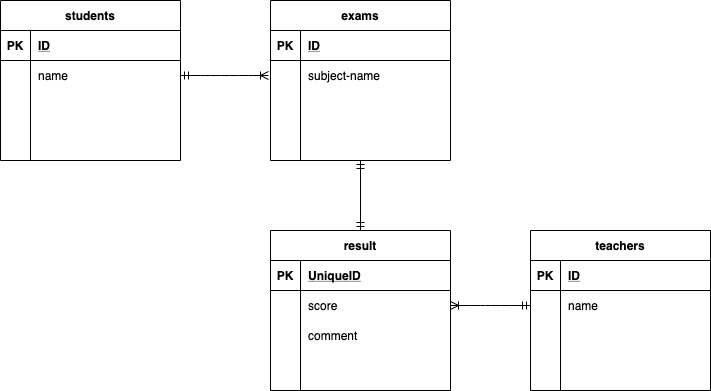
Earlier version of the draw.io export index.drawio.png (kiyo1215/coachtech_exam-database). Source tidied: cells renumbered, new cells last; positions are measured from the earlier drawing's top-left corner, leaving out a move shared by most shapes.
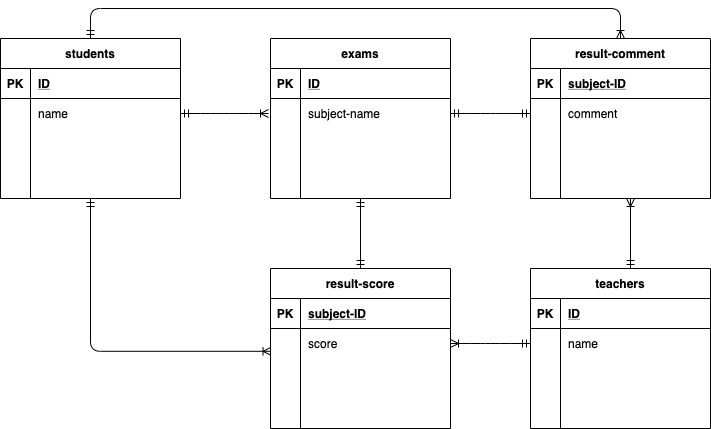
After the change.

The edit, as a diff of the source:
```diff
@@ -115,7 +115,7 @@
         <mxPoint x="268" y="75" as="targetPoint" />
       </mxGeometry>
     </mxCell>
-    <mxCell id="39" value="result" style="shape=table;startSize=30;rowLines=0;fontStyle=1;align=center;" parent="1" vertex="1">
+    <mxCell id="39" value="result-score" style="shape=table;startSize=30;rowLines=0;fontStyle=1;align=center;" parent="1" vertex="1">
       <mxGeometry x="270" y="230" width="180" height="160" as="geometry" />
     </mxCell>
     <mxCell id="40" style="shape=partialRectangle;fillColor=none;top=0;left=0;bottom=1;right=0;" parent="39" vertex="1">
@@ -124,7 +124,7 @@
     <mxCell id="41" value="PK" style="shape=partialRectangle;fillColor=none;top=0;left=0;bottom=0;right=0;fontStyle=1;overflow=hidden;" parent="40" vertex="1">
       <mxGeometry width="30" height="30" as="geometry" />
     </mxCell>
-    <mxCell id="42" value="UniqueID" style="shape=partialRectangle;fillColor=none;top=0;left=0;bottom=0;right=0;align=left;spacingLeft=6;fontStyle=5;overflow=hidden;" parent="40" vertex="1">
+    <mxCell id="42" value="subject-ID" style="shape=partialRectangle;fillColor=none;top=0;left=0;bottom=0;right=0;align=left;spacingLeft=6;fontStyle=5;overflow=hidden;" parent="40" vertex="1">
       <mxGeometry x="30" width="150" height="30" as="geometry" />
     </mxCell>
     <mxCell id="43" style="shape=partialRectangle;fillColor=none;top=0;left=0;bottom=0;right=0;points=[[0,0.5],[1,0.5]];portConstraint=eastwest;" parent="39" vertex="1">
@@ -142,7 +142,7 @@
     <mxCell id="47" style="shape=partialRectangle;fillColor=none;top=0;left=0;bottom=0;right=0;overflow=hidden;" parent="46" vertex="1">
       <mxGeometry width="30" height="30" as="geometry" />
     </mxCell>
-    <mxCell id="48" value="comment" style="shape=partialRectangle;fillColor=none;top=0;left=0;bottom=0;right=0;align=left;spacingLeft=6;overflow=hidden;" parent="46" vertex="1">
+    <mxCell id="48" style="shape=partialRectangle;fillColor=none;top=0;left=0;bottom=0;right=0;align=left;spacingLeft=6;overflow=hidden;" parent="46" vertex="1">
       <mxGeometry x="30" width="150" height="30" as="geometry" />
     </mxCell>
     <mxCell id="49" style="shape=partialRectangle;fillColor=none;top=0;left=0;bottom=0;right=0;" parent="39" vertex="1">
@@ -160,5 +160,55 @@
     <mxCell id="53" style="edgeStyle=entityRelationEdgeStyle;fontSize=12;html=1;endArrow=ERoneToMany;startArrow=ERmandOne;entryX=1;entryY=0.5;entryDx=0;entryDy=0;exitX=0;exitY=0.5;exitDx=0;exitDy=0;" parent="1" edge="1" source="32" target="43">
       <mxGeometry relative="1" as="geometry" />
     </mxCell>
+    <mxCell id="54" value="result-comment" style="shape=table;startSize=30;rowLines=0;fontStyle=1;align=center;" parent="1" vertex="1">
+      <mxGeometry x="530" width="180" height="160" as="geometry" />
+    </mxCell>
+    <mxCell id="55" style="shape=partialRectangle;fillColor=none;top=0;left=0;bottom=1;right=0;" parent="54" vertex="1">
+      <mxGeometry y="30" width="180" height="30" as="geometry" />
+    </mxCell>
+    <mxCell id="56" value="PK" style="shape=partialRectangle;fillColor=none;top=0;left=0;bottom=0;right=0;fontStyle=1;overflow=hidden;" parent="55" vertex="1">
+      <mxGeometry width="30" height="30" as="geometry" />
+    </mxCell>
+    <mxCell id="57" value="subject-ID" style="shape=partialRectangle;fillColor=none;top=0;left=0;bottom=0;right=0;align=left;spacingLeft=6;fontStyle=5;overflow=hidden;" parent="55" vertex="1">
+      <mxGeometry x="30" width="150" height="30" as="geometry" />
+    </mxCell>
+    <mxCell id="58" style="shape=partialRectangle;fillColor=none;top=0;left=0;bottom=0;right=0;points=[[0,0.5],[1,0.5]];portConstraint=eastwest;" parent="54" vertex="1">
+      <mxGeometry y="60" width="180" height="30" as="geometry" />
+    </mxCell>
+    <mxCell id="59" style="shape=partialRectangle;fillColor=none;top=0;left=0;bottom=0;right=0;overflow=hidden;" parent="58" vertex="1">
+      <mxGeometry width="30" height="30" as="geometry" />
+    </mxCell>
+    <mxCell id="60" value="comment" style="shape=partialRectangle;fillColor=none;top=0;left=0;bottom=0;right=0;align=left;spacingLeft=6;overflow=hidden;" parent="58" vertex="1">
+      <mxGeometry x="30" width="150" height="30" as="geometry" />
+    </mxCell>
+    <mxCell id="61" style="shape=partialRectangle;fillColor=none;top=0;left=0;bottom=0;right=0;" parent="54" vertex="1">
+      <mxGeometry y="90" width="180" height="30" as="geometry" />
+    </mxCell>
+    <mxCell id="62" style="shape=partialRectangle;fillColor=none;top=0;left=0;bottom=0;right=0;overflow=hidden;" parent="61" vertex="1">
+      <mxGeometry width="30" height="30" as="geometry" />
+    </mxCell>
+    <mxCell id="63" style="shape=partialRectangle;fillColor=none;top=0;left=0;bottom=0;right=0;align=left;spacingLeft=6;overflow=hidden;" parent="61" vertex="1">
+      <mxGeometry x="30" width="150" height="30" as="geometry" />
+    </mxCell>
+    <mxCell id="64" style="edgeStyle=entityRelationEdgeStyle;fontSize=12;html=1;endArrow=ERmandOne;startArrow=ERmandOne;entryX=0;entryY=0.5;entryDx=0;entryDy=0;exitX=1;exitY=0.5;exitDx=0;exitDy=0;" parent="1" edge="1" source="19" target="58">
+      <mxGeometry relative="1" as="geometry" />
+    </mxCell>
+    <mxCell id="65" style="edgeStyle=orthogonalEdgeStyle;fontSize=12;html=1;endArrow=ERoneToMany;startArrow=ERmandOne;entryX=0.003;entryY=0.76;entryDx=0;entryDy=0;entryPerimeter=0;exitX=0.5;exitY=1;exitDx=0;exitDy=0;" parent="1" edge="1" source="2" target="43">
+      <mxGeometry relative="1" as="geometry" />
+    </mxCell>
+    <mxCell id="66" style="edgeStyle=orthogonalEdgeStyle;fontSize=12;html=1;endArrow=ERoneToMany;startArrow=ERmandOne;entryX=0.5;entryY=0;entryDx=0;entryDy=0;exitX=0.5;exitY=0;exitDx=0;exitDy=0;" parent="1" edge="1" source="2" target="54">
+      <mxGeometry relative="1" as="geometry">
+        <Array as="points">
+          <mxPoint x="90" y="-30" />
+          <mxPoint x="620" y="-30" />
+        </Array>
+      </mxGeometry>
+    </mxCell>
+    <mxCell id="67" style="fontSize=12;html=1;endArrow=ERoneToMany;startArrow=ERmandOne;" parent="1" edge="1">
+      <mxGeometry relative="1" as="geometry">
+        <mxPoint x="630" y="230" as="sourcePoint" />
+        <mxPoint x="630" y="160" as="targetPoint" />
+      </mxGeometry>
+    </mxCell>
   </root>
 </mxGraphModel>
```
